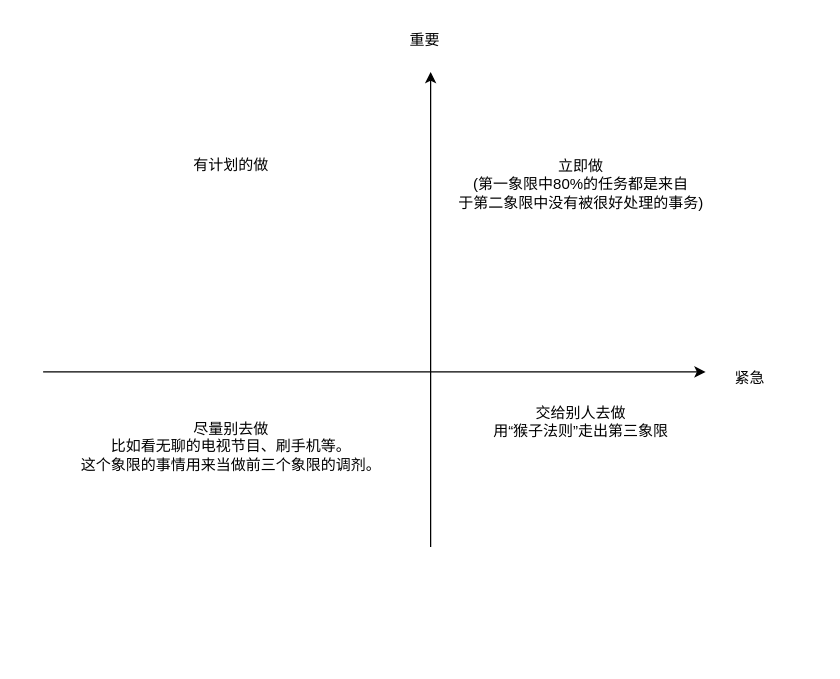
Before: 未命名绘图.drawio in 1141265442/image, a draw.io diagram. Source tidied: cells renumbered, new cells numbered last; positions are measured from the earlier drawing's top-left corner, leaving out a move shared by most shapes. Both pictures are drawn from the tidied source at 125%, with x=0, y=0 at pixel (42, 21).
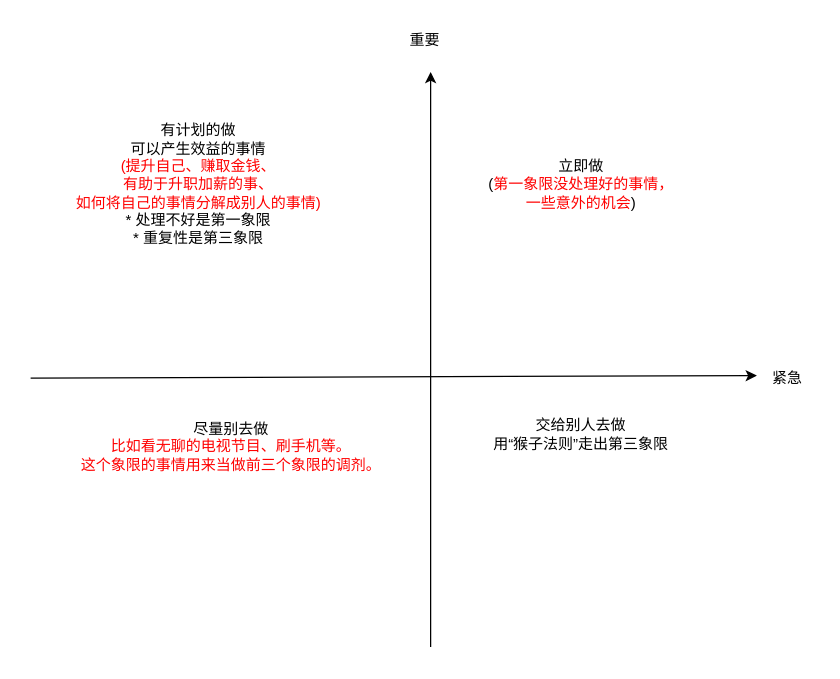
The same page after the edit.

Commit message:
更新未命名绘图.drawio

The edit, as a diff of the source:
```diff
@@
 <mxGraphModel>
   <root>
     <mxCell id="0" />
     <mxCell id="1" parent="0" />
-    <mxCell id="2" style="endArrow=classic;html=1;rounded=0;" parent="1" edge="1">
+    <mxCell id="2" style="endArrow=classic;html=1;rounded=0;entryX=0.02;entryY=0.433;entryDx=0;entryDy=0;entryPerimeter=0;" parent="1" edge="1" target="5">
       <mxGeometry relative="1" as="geometry">
-        <mxPoint y="280" as="sourcePoint" />
-        <mxPoint x="530" y="280" as="targetPoint" />
+        <mxPoint x="-10" y="285" as="sourcePoint" />
       </mxGeometry>
     </mxCell>
     <mxCell id="3" style="endArrow=classic;html=1;rounded=0;" parent="1" edge="1">
       <mxGeometry relative="1" as="geometry">
-        <mxPoint x="310" y="420" as="sourcePoint" />
+        <mxPoint x="310" y="500" as="sourcePoint" />
         <mxPoint x="310" y="40" as="targetPoint" />
       </mxGeometry>
     </mxCell>
     <mxCell id="4" value="重要" style="text;html=1;align=center;verticalAlign=middle;fillColor=none;strokeColor=none;rounded=0;" parent="1" vertex="1">
       <mxGeometry x="280" width="50" height="30" as="geometry" />
     </mxCell>
     <mxCell id="5" value="紧急" style="text;html=1;align=center;verticalAlign=middle;points=[];fillColor=none;strokeColor=none;rounded=0;" parent="1" vertex="1">
-      <mxGeometry x="540" y="270" width="50" height="30" as="geometry" />
+      <mxGeometry x="570" y="270" width="50" height="30" as="geometry" />
     </mxCell>
-    <mxCell id="6" value="立即做&lt;br&gt;(第一象限中80%的任务都是来自&lt;br&gt;于第二象限中没有被很好处理的事务)" style="text;html=1;align=center;verticalAlign=middle;fillColor=none;strokeColor=none;rounded=0;" parent="1" vertex="1">
-      <mxGeometry x="320" y="100" width="220" height="60" as="geometry" />
+    <mxCell id="6" value="立即做&lt;br&gt;(&lt;font color=&quot;#ff0000&quot;&gt;第一象限没处理好的事情，&lt;br&gt;一些意外的机会&lt;/font&gt;)" style="text;html=1;align=center;verticalAlign=middle;fillColor=none;strokeColor=none;rounded=0;" parent="1" vertex="1">
+      <mxGeometry x="345" y="100" width="170" height="60" as="geometry" />
     </mxCell>
-    <mxCell id="7" value="有计划的做" style="text;html=1;align=center;verticalAlign=middle;fillColor=none;strokeColor=none;rounded=0;" parent="1" vertex="1">
-      <mxGeometry x="110" y="100" width="80" height="30" as="geometry" />
+    <mxCell id="7" value="有计划的做&lt;br&gt;可以产生效益的事情&lt;br&gt;&lt;font color=&quot;#ff0000&quot;&gt;(提升自己、赚取金钱、&lt;br&gt;有助于升职加薪的事、&lt;br&gt;如何将自己的事情分解成别人的事情)&lt;/font&gt;&lt;br&gt;* 处理不好是第一象限&lt;br&gt;* 重复性是第三象限" style="text;html=1;align=center;verticalAlign=middle;fillColor=none;strokeColor=none;rounded=0;" parent="1" vertex="1">
+      <mxGeometry x="14" y="75" width="220" height="110" as="geometry" />
     </mxCell>
     <mxCell id="8" value="交给别人去做&lt;br&gt;用“猴子法则”走出第三象限" style="text;html=1;align=center;verticalAlign=middle;fillColor=none;strokeColor=none;rounded=0;" parent="1" vertex="1">
-      <mxGeometry x="350" y="300" width="160" height="40" as="geometry" />
+      <mxGeometry x="350" y="310" width="160" height="40" as="geometry" />
     </mxCell>
     <mxCell id="9" value="&lt;div style=&quot;text-align: start;&quot;&gt;&lt;br&gt;&lt;/div&gt;" style="text;html=1;align=center;verticalAlign=middle;fillColor=none;strokeColor=none;rounded=0;" parent="1" vertex="1">
       <mxGeometry x="214" y="325" width="20" height="30" as="geometry" />
     </mxCell>
-    <mxCell id="10" value="尽量别去做&lt;br&gt;比如看无聊的电视节目、刷手机等。&lt;br&gt;这个象限的事情用来当做前三个象限的调剂。" style="text;html=1;align=center;verticalAlign=middle;fillColor=none;strokeColor=none;rounded=0;" parent="1" vertex="1">
+    <mxCell id="10" value="尽量别去做&lt;br&gt;&lt;font color=&quot;#ff0000&quot;&gt;比如看无聊的电视节目、刷手机等。&lt;br&gt;这个象限的事情用来当做前三个象限的调剂。&lt;/font&gt;" style="text;html=1;align=center;verticalAlign=middle;fillColor=none;strokeColor=none;rounded=0;" parent="1" vertex="1">
       <mxGeometry x="20" y="310" width="260" height="60" as="geometry" />
     </mxCell>
   </root>
 </mxGraphModel>
```
